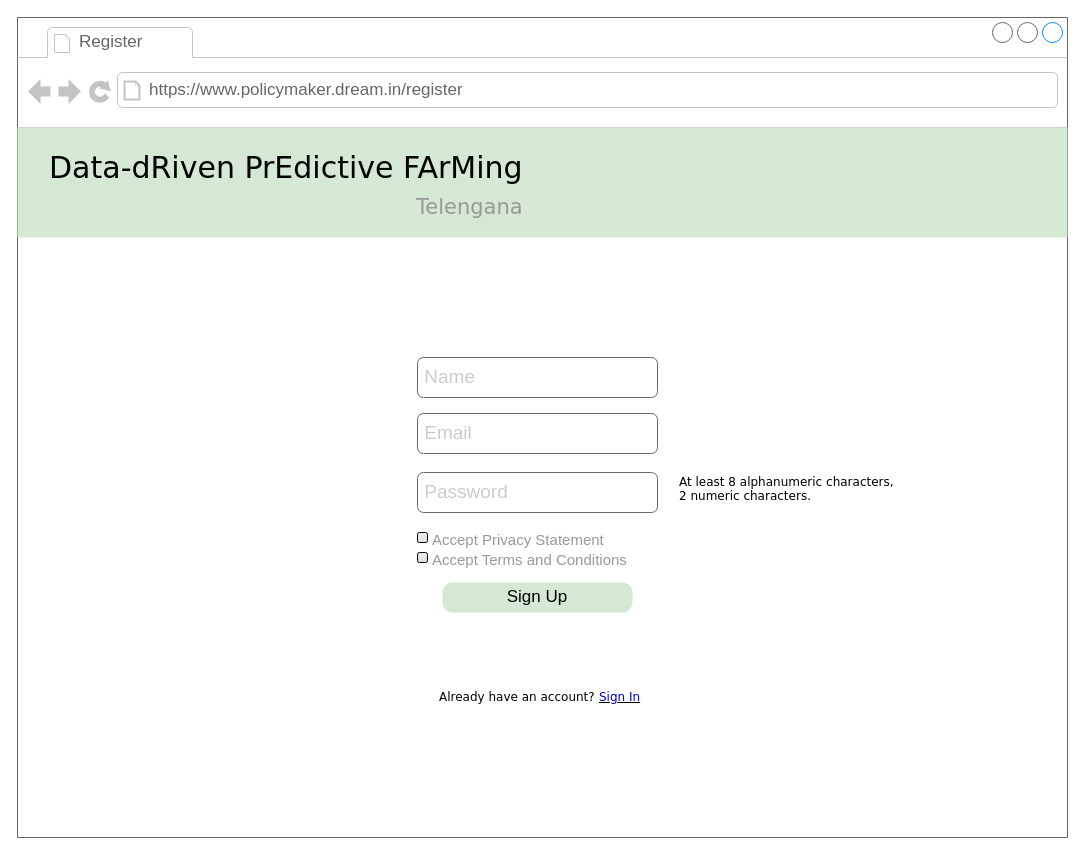
Above: page "pm-register" (2 of 11) of RASD/diagrams/User Interface.drawio in ictar/DREAM-SE2-Project-2022 (draw.io), before the change. Source tidied: cells renumbered, new cells numbered last; positions are measured from the earlier drawing's top-left corner, leaving out a move shared by most shapes. Both pictures are drawn from the tidied source at 100%, with x=0, y=0 at pixel (17, 17).
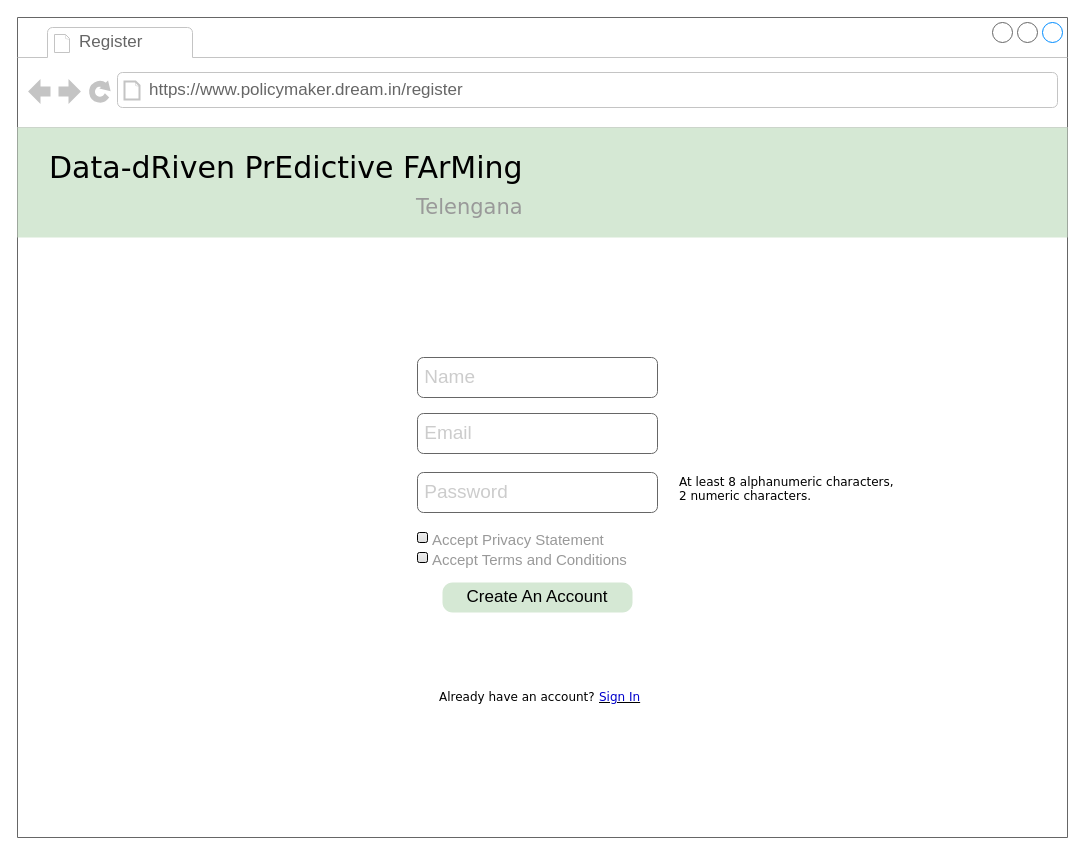
After the change.

What changed in the source:
```diff
@@
 <mxGraphModel background="#ffffff">
   <root>
     <mxCell id="0" />
     <mxCell id="1" parent="0" />
     <mxCell id="2" style="strokeWidth=1;shadow=0;dashed=0;align=center;html=1;shape=mxgraph.mockup.containers.browserWindow;rSize=0;strokeColor=#666666;mainText=,;rounded=0;labelBackgroundColor=none;fontFamily=Verdana;fontSize=12;" parent="1" vertex="1">
       <mxGeometry width="1050" height="820" as="geometry" />
     </mxCell>
     <mxCell id="3" value="Register" style="strokeWidth=1;shadow=0;dashed=0;align=center;html=1;shape=mxgraph.mockup.containers.anchor;fontSize=17;fontColor=#666666;align=left;" parent="2" vertex="1">
       <mxGeometry x="60" y="12" width="110" height="26" as="geometry" />
     </mxCell>
     <mxCell id="4" value="https://www.policymaker.dream.in/register" style="strokeWidth=1;shadow=0;dashed=0;align=center;html=1;shape=mxgraph.mockup.containers.anchor;rSize=0;fontSize=17;fontColor=#666666;align=left;" parent="2" vertex="1">
       <mxGeometry x="130" y="60" width="250" height="26" as="geometry" />
     </mxCell>
-    <mxCell id="5" value="Sign Up" style="strokeWidth=1;shadow=0;dashed=0;align=center;html=1;shape=mxgraph.mockup.buttons.button;strokeColor=none;mainText=;buttonStyle=round;fontSize=17;fontStyle=0;fillColor=#d5e8d4;whiteSpace=wrap;rounded=0;labelBackgroundColor=none;" parent="2" vertex="1">
+    <mxCell id="5" value="Create An Account" style="strokeWidth=1;shadow=0;dashed=0;align=center;html=1;shape=mxgraph.mockup.buttons.button;strokeColor=none;mainText=;buttonStyle=round;fontSize=17;fontStyle=0;fillColor=#d5e8d4;whiteSpace=wrap;rounded=0;labelBackgroundColor=none;" parent="2" vertex="1">
       <mxGeometry x="425" y="565" width="190" height="30" as="geometry" />
     </mxCell>
     <mxCell id="6" value="&lt;font style=&quot;font-size: 19px&quot; color=&quot;#cccccc&quot;&gt;&amp;nbsp;Email&lt;/font&gt;" style="rounded=1;whiteSpace=wrap;html=1;fillColor=none;fontColor=#333333;strokeColor=#666666;align=left;" parent="2" vertex="1">
       <mxGeometry x="400" y="396" width="240" height="40" as="geometry" />
     </mxCell>
     <mxCell id="7" value="&lt;font style=&quot;font-size: 19px&quot; color=&quot;#cccccc&quot;&gt;&amp;nbsp;Password&lt;/font&gt;" style="rounded=1;whiteSpace=wrap;html=1;fillColor=none;fontColor=#333333;strokeColor=#666666;align=left;" parent="2" vertex="1">
       <mxGeometry x="400" y="455" width="240" height="40" as="geometry" />
     </mxCell>
     <mxCell id="8" value="Already have an account?" style="text;html=1;align=left;verticalAlign=top;spacingTop=-4;fontSize=12;fontFamily=Verdana;whiteSpace=wrap;" parent="2" vertex="1">
       <mxGeometry x="420" y="670" width="160" height="20" as="geometry" />
     </mxCell>
     <mxCell id="9" value="&lt;u&gt;&lt;font color=&quot;#0000cc&quot;&gt;Sign In&lt;/font&gt;&lt;/u&gt;" style="text;html=1;align=left;verticalAlign=top;spacingTop=-4;fontSize=12;fontFamily=Verdana;whiteSpace=wrap;" parent="2" vertex="1">
       <mxGeometry x="580" y="670" width="160" height="20" as="geometry" />
     </mxCell>
     <mxCell id="10" style="rounded=0;whiteSpace=wrap;html=1;fontSize=21;fillColor=#d5e8d4;strokeColor=none;" parent="2" vertex="1">
       <mxGeometry y="110" width="1050" height="110" as="geometry" />
     </mxCell>
     <mxCell id="11" value="Data-dRiven PrEdictive FArMing&lt;br&gt;&lt;div style=&quot;text-align: right&quot;&gt;&lt;font style=&quot;font-size: 21px&quot; color=&quot;#999999&quot;&gt;Telengana&lt;/font&gt;&lt;/div&gt;" style="text;html=1;align=left;verticalAlign=top;spacingTop=-4;fontSize=30;fontFamily=Verdana;" parent="2" vertex="1">
       <mxGeometry x="30" y="130" width="480" height="50" as="geometry" />
     </mxCell>
     <mxCell id="12" value="&lt;font style=&quot;font-size: 19px&quot; color=&quot;#cccccc&quot;&gt;&amp;nbsp;Name&lt;/font&gt;" style="rounded=1;whiteSpace=wrap;html=1;fillColor=none;fontColor=#333333;strokeColor=#666666;align=left;" parent="2" vertex="1">
       <mxGeometry x="400" y="340" width="240" height="40" as="geometry" />
     </mxCell>
     <mxCell id="13" value="At least 8 alphanumeric characters, 2 numeric characters." style="text;html=1;align=left;verticalAlign=top;spacingTop=-4;fontSize=12;fontFamily=Verdana;whiteSpace=wrap;" parent="2" vertex="1">
       <mxGeometry x="660" y="455" width="220" height="40" as="geometry" />
     </mxCell>
     <mxCell id="14" value="&lt;font style=&quot;font-size: 15px&quot; color=&quot;#999999&quot;&gt;Accept Terms and Conditions&lt;/font&gt;" style="html=1;shadow=0;dashed=0;shape=mxgraph.bootstrap.checkbox2;labelPosition=right;verticalLabelPosition=middle;align=left;verticalAlign=middle;gradientColor=#DEDEDE;fillColor=#EDEDED;checked=0;spacing=5;fontColor=#6C767D;checkedFill=#0085FC;checkedStroke=#ffffff;sketch=0;fontSize=21;" parent="2" vertex="1">
       <mxGeometry x="400" y="535" width="10" height="10" as="geometry" />
     </mxCell>
     <mxCell id="15" value="&lt;span style=&quot;font-size: 15px&quot;&gt;&lt;font color=&quot;#999999&quot;&gt;Accept Privacy Statement&lt;/font&gt;&lt;/span&gt;" style="html=1;shadow=0;dashed=0;shape=mxgraph.bootstrap.checkbox2;labelPosition=right;verticalLabelPosition=middle;align=left;verticalAlign=middle;gradientColor=#DEDEDE;fillColor=#EDEDED;checked=0;spacing=5;fontColor=#6C767D;checkedFill=#0085FC;checkedStroke=#ffffff;sketch=0;fontSize=21;" parent="2" vertex="1">
       <mxGeometry x="400" y="515" width="10" height="10" as="geometry" />
     </mxCell>
   </root>
 </mxGraphModel>
```
